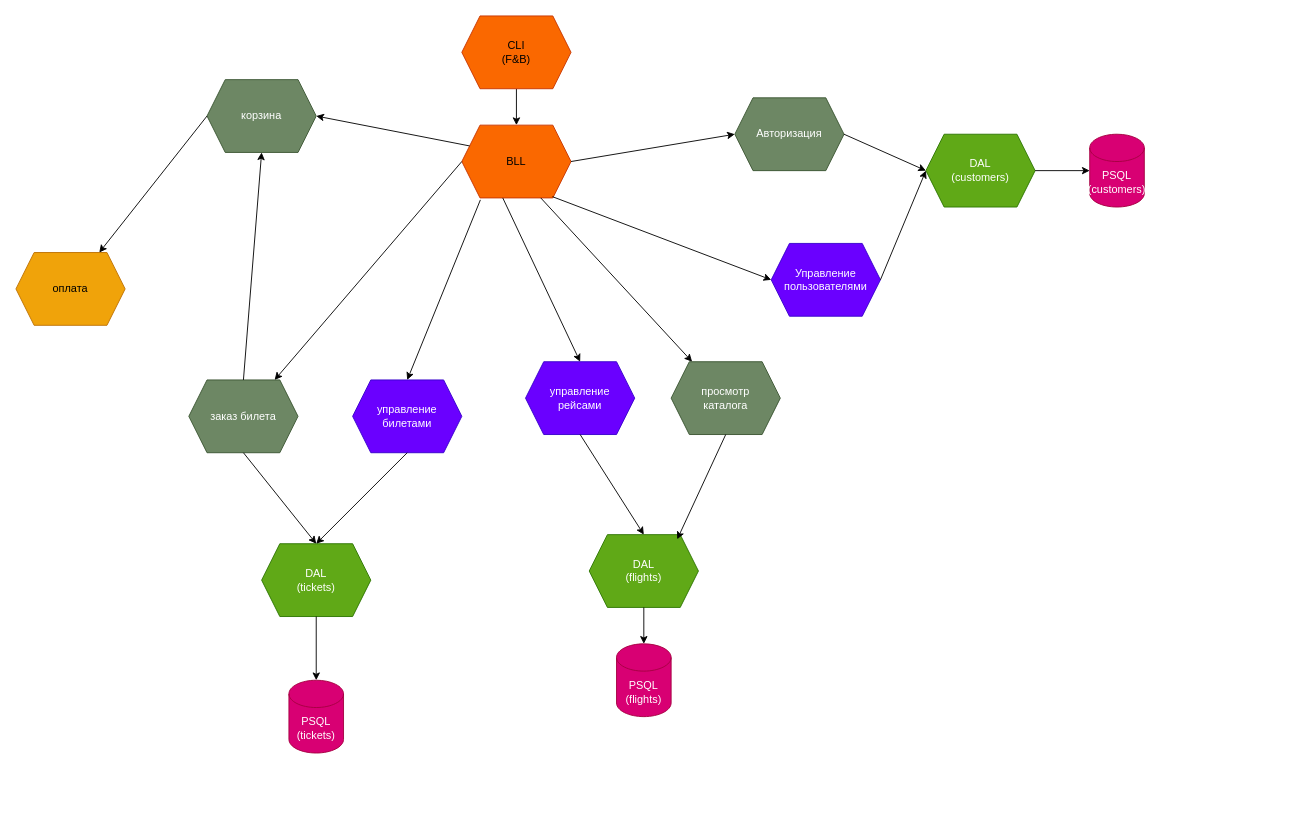
This is Architecture.drawio from chas3air/Airplanes-Co, a draw.io file, before an edit. Source tidied: cells renumbered, new cells numbered last; positions are measured from the earlier drawing's top-left corner, leaving out a move shared by most shapes. Both pictures are drawn from the tidied source at 91%, with x=0, y=0 at pixel (15, 15).
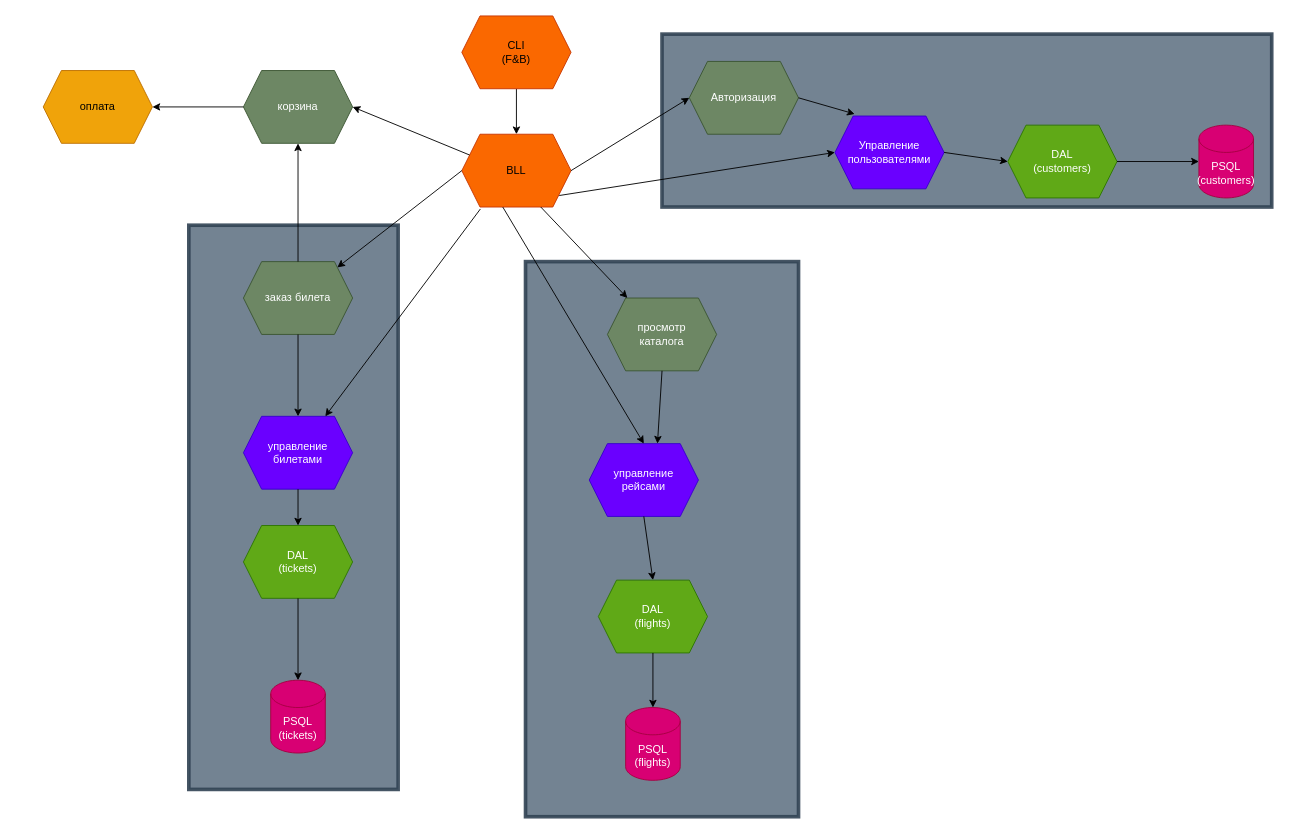
After the change.

Change to the diagram source:
```diff
@@
+    <mxCell id="37" style="rounded=0;whiteSpace=wrap;html=1;strokeWidth=4;perimeterSpacing=10;strokeColor=#314354;opacity=90;fillColor=#647687;fontColor=#ffffff;" parent="1" vertex="1">
+      <mxGeometry x="190" y="230" width="230" height="620" as="geometry" />
+    </mxCell>
+    <mxCell id="38" style="rounded=0;whiteSpace=wrap;html=1;strokeWidth=4;perimeterSpacing=10;strokeColor=#314354;opacity=90;fillColor=#647687;fontColor=#ffffff;" parent="1" vertex="1">
+      <mxGeometry x="560" y="270" width="300" height="610" as="geometry" />
+    </mxCell>
+    <mxCell id="39" style="rounded=0;whiteSpace=wrap;html=1;strokeWidth=4;perimeterSpacing=10;strokeColor=#314354;opacity=90;fillColor=#647687;fontColor=#ffffff;" parent="1" vertex="1">
+      <mxGeometry x="710" y="20" width="670" height="190" as="geometry" />
+    </mxCell>
@@
     <mxCell id="4" value="BLL" style="shape=hexagon;perimeter=hexagonPerimeter2;whiteSpace=wrap;html=1;fixedSize=1;fillColor=#fa6800;fontColor=#000000;strokeColor=#C73500;" parent="1" vertex="1">
-      <mxGeometry x="490" y="120" width="120" height="80" as="geometry" />
+      <mxGeometry x="490" y="130" width="120" height="80" as="geometry" />
     </mxCell>
     <mxCell id="5" value="Авторизация" style="shape=hexagon;perimeter=hexagonPerimeter2;whiteSpace=wrap;html=1;fixedSize=1;fillColor=#6d8764;fontColor=#ffffff;strokeColor=#3A5431;" parent="1" vertex="1">
-      <mxGeometry x="790" y="90" width="120" height="80" as="geometry" />
+      <mxGeometry x="740" y="50" width="120" height="80" as="geometry" />
     </mxCell>
     <mxCell id="6" value="DAL&lt;div&gt;(customers)&lt;/div&gt;" style="shape=hexagon;perimeter=hexagonPerimeter2;whiteSpace=wrap;html=1;fixedSize=1;fillColor=#60a917;fontColor=#ffffff;strokeColor=#2D7600;" parent="1" vertex="1">
-      <mxGeometry x="1000" y="130" width="120" height="80" as="geometry" />
+      <mxGeometry x="1090" y="120" width="120" height="80" as="geometry" />
     </mxCell>
     <mxCell id="7" value="PSQL&lt;div&gt;(customers)&lt;/div&gt;" style="shape=cylinder3;whiteSpace=wrap;html=1;boundedLbl=1;backgroundOutline=1;size=15;fillColor=#d80073;fontColor=#ffffff;strokeColor=#A50040;" parent="1" vertex="1">
-      <mxGeometry x="1180" y="130" width="60" height="80" as="geometry" />
+      <mxGeometry x="1300" y="120" width="60" height="80" as="geometry" />
     </mxCell>
@@
-    <mxCell id="9" style="endArrow=classic;html=1;rounded=0;exitX=1;exitY=0.5;exitDx=0;exitDy=0;entryX=0;entryY=0.5;entryDx=0;entryDy=0;" parent="1" edge="1" source="5" target="6">
+    <mxCell id="9" style="endArrow=classic;html=1;rounded=0;exitX=1;exitY=0.5;exitDx=0;exitDy=0;entryX=0.181;entryY=-0.028;entryDx=0;entryDy=0;entryPerimeter=0;" parent="1" edge="1" source="5" target="15">
       <mxGeometry relative="1" as="geometry" />
     </mxCell>
@@
     <mxCell id="11" value="оплата" style="shape=hexagon;perimeter=hexagonPerimeter2;whiteSpace=wrap;html=1;fixedSize=1;fillColor=#f0a30a;fontColor=#000000;strokeColor=#BD7000;" parent="1" vertex="1">
-      <mxGeometry y="260" width="120" height="80" as="geometry" />
+      <mxGeometry x="30" y="60" width="120" height="80" as="geometry" />
     </mxCell>
     <mxCell id="12" value="заказ билета" style="shape=hexagon;perimeter=hexagonPerimeter2;whiteSpace=wrap;html=1;fixedSize=1;fillColor=#6d8764;strokeColor=#3A5431;fontColor=#ffffff;" parent="1" vertex="1">
-      <mxGeometry x="190" y="400" width="120" height="80" as="geometry" />
+      <mxGeometry x="250" y="270" width="120" height="80" as="geometry" />
     </mxCell>
     <mxCell id="13" value="корзина" style="shape=hexagon;perimeter=hexagonPerimeter2;whiteSpace=wrap;html=1;fixedSize=1;fillColor=#6d8764;fontColor=#ffffff;strokeColor=#3A5431;" parent="1" vertex="1">
-      <mxGeometry x="210" y="70" width="120" height="80" as="geometry" />
+      <mxGeometry x="250" y="60" width="120" height="80" as="geometry" />
     </mxCell>
     <mxCell id="14" value="просмотр&lt;div&gt;каталога&lt;/div&gt;" style="shape=hexagon;perimeter=hexagonPerimeter2;whiteSpace=wrap;html=1;fixedSize=1;fillColor=#6d8764;fontColor=#ffffff;strokeColor=#3A5431;" parent="1" vertex="1">
-      <mxGeometry x="720" y="380" width="120" height="80" as="geometry" />
+      <mxGeometry x="650" y="310" width="120" height="80" as="geometry" />
     </mxCell>
     <mxCell id="15" value="Управление&lt;div&gt;пользователями&lt;/div&gt;" style="shape=hexagon;perimeter=hexagonPerimeter2;whiteSpace=wrap;html=1;fixedSize=1;fillColor=#6a00ff;fontColor=#ffffff;strokeColor=#3700CC;" parent="1" vertex="1">
-      <mxGeometry x="830" y="250" width="120" height="80" as="geometry" />
+      <mxGeometry x="900" y="110" width="120" height="80" as="geometry" />
     </mxCell>
     <mxCell id="16" value="управление&lt;div&gt;рейсами&lt;/div&gt;" style="shape=hexagon;perimeter=hexagonPerimeter2;whiteSpace=wrap;html=1;fixedSize=1;fillColor=#6a00ff;fontColor=#ffffff;strokeColor=#3700CC;" parent="1" vertex="1">
-      <mxGeometry x="560" y="380" width="120" height="80" as="geometry" />
+      <mxGeometry x="630" y="470" width="120" height="80" as="geometry" />
     </mxCell>
     <mxCell id="17" value="управление&lt;div&gt;билетами&lt;/div&gt;" style="shape=hexagon;perimeter=hexagonPerimeter2;whiteSpace=wrap;html=1;fixedSize=1;fillColor=#6a00ff;fontColor=#ffffff;strokeColor=#3700CC;" parent="1" vertex="1">
-      <mxGeometry x="370" y="400" width="120" height="80" as="geometry" />
+      <mxGeometry x="250" y="440" width="120" height="80" as="geometry" />
     </mxCell>
@@
-    <mxCell id="19" style="endArrow=classic;html=1;rounded=0;entryX=0;entryY=0.5;entryDx=0;entryDy=0;exitX=0.83;exitY=0.983;exitDx=0;exitDy=0;exitPerimeter=0;" parent="1" edge="1" source="4" target="15">
+    <mxCell id="19" style="endArrow=classic;html=1;rounded=0;entryX=0;entryY=0.5;entryDx=0;entryDy=0;exitX=0.892;exitY=0.842;exitDx=0;exitDy=0;exitPerimeter=0;" parent="1" edge="1" source="4" target="15">
       <mxGeometry relative="1" as="geometry" />
     </mxCell>
@@
-    <mxCell id="23" style="endArrow=classic;html=1;rounded=0;exitX=0.17;exitY=1.027;exitDx=0;exitDy=0;entryX=0.5;entryY=0;entryDx=0;entryDy=0;exitPerimeter=0;" parent="1" edge="1" source="4" target="17">
+    <mxCell id="23" style="endArrow=classic;html=1;rounded=0;exitX=0.17;exitY=1.027;exitDx=0;exitDy=0;exitPerimeter=0;" parent="1" edge="1" source="4" target="17">
       <mxGeometry relative="1" as="geometry" />
     </mxCell>
     <mxCell id="24" value="DAL&lt;div&gt;(flights&lt;span style=&quot;background-color: initial;&quot;&gt;)&lt;/span&gt;&lt;/div&gt;" style="shape=hexagon;perimeter=hexagonPerimeter2;whiteSpace=wrap;html=1;fixedSize=1;fillColor=#60a917;fontColor=#ffffff;strokeColor=#2D7600;" parent="1" vertex="1">
-      <mxGeometry x="630" y="570" width="120" height="80" as="geometry" />
+      <mxGeometry x="640" y="620" width="120" height="80" as="geometry" />
     </mxCell>
     <mxCell id="25" value="PSQL&lt;div&gt;(flights)&lt;/div&gt;" style="shape=cylinder3;whiteSpace=wrap;html=1;boundedLbl=1;backgroundOutline=1;size=15;fillColor=#d80073;fontColor=#ffffff;strokeColor=#A50040;" parent="1" vertex="1">
-      <mxGeometry x="660" y="690" width="60" height="80" as="geometry" />
+      <mxGeometry x="670" y="760" width="60" height="80" as="geometry" />
     </mxCell>
@@
     <mxCell id="27" value="DAL&lt;div&gt;(tickets&lt;span style=&quot;background-color: initial;&quot;&gt;)&lt;/span&gt;&lt;/div&gt;" style="shape=hexagon;perimeter=hexagonPerimeter2;whiteSpace=wrap;html=1;fixedSize=1;fillColor=#60a917;fontColor=#ffffff;strokeColor=#2D7600;" parent="1" vertex="1">
-      <mxGeometry x="270" y="580" width="120" height="80" as="geometry" />
+      <mxGeometry x="250" y="560" width="120" height="80" as="geometry" />
     </mxCell>
     <mxCell id="28" value="PSQL&lt;div&gt;(tickets)&lt;/div&gt;" style="shape=cylinder3;whiteSpace=wrap;html=1;boundedLbl=1;backgroundOutline=1;size=15;fillColor=#d80073;fontColor=#ffffff;strokeColor=#A50040;" parent="1" vertex="1">
-      <mxGeometry x="300" y="730" width="60" height="80" as="geometry" />
+      <mxGeometry x="280" y="730" width="60" height="80" as="geometry" />
     </mxCell>
@@
-    <mxCell id="31" style="endArrow=classic;html=1;rounded=0;exitX=0.5;exitY=1;exitDx=0;exitDy=0;entryX=0.806;entryY=0.064;entryDx=0;entryDy=0;entryPerimeter=0;" parent="1" edge="1" source="14" target="24">
+    <mxCell id="31" style="endArrow=classic;html=1;rounded=0;exitX=0.5;exitY=1;exitDx=0;exitDy=0;entryX=0.625;entryY=0;entryDx=0;entryDy=0;" parent="1" edge="1" source="14" target="16">
       <mxGeometry relative="1" as="geometry" />
     </mxCell>
@@
-    <mxCell id="36" style="endArrow=classic;html=1;exitX=0.5;exitY=1;exitDx=0;exitDy=0;entryX=0.5;entryY=0;entryDx=0;entryDy=0;" parent="1" edge="1" source="12" target="27">
+    <mxCell id="36" style="endArrow=classic;html=1;exitX=0.5;exitY=1;exitDx=0;exitDy=0;entryX=0.5;entryY=0;entryDx=0;entryDy=0;" parent="1" edge="1" source="12" target="17">
       <mxGeometry relative="1" as="geometry" />
     </mxCell>
```
